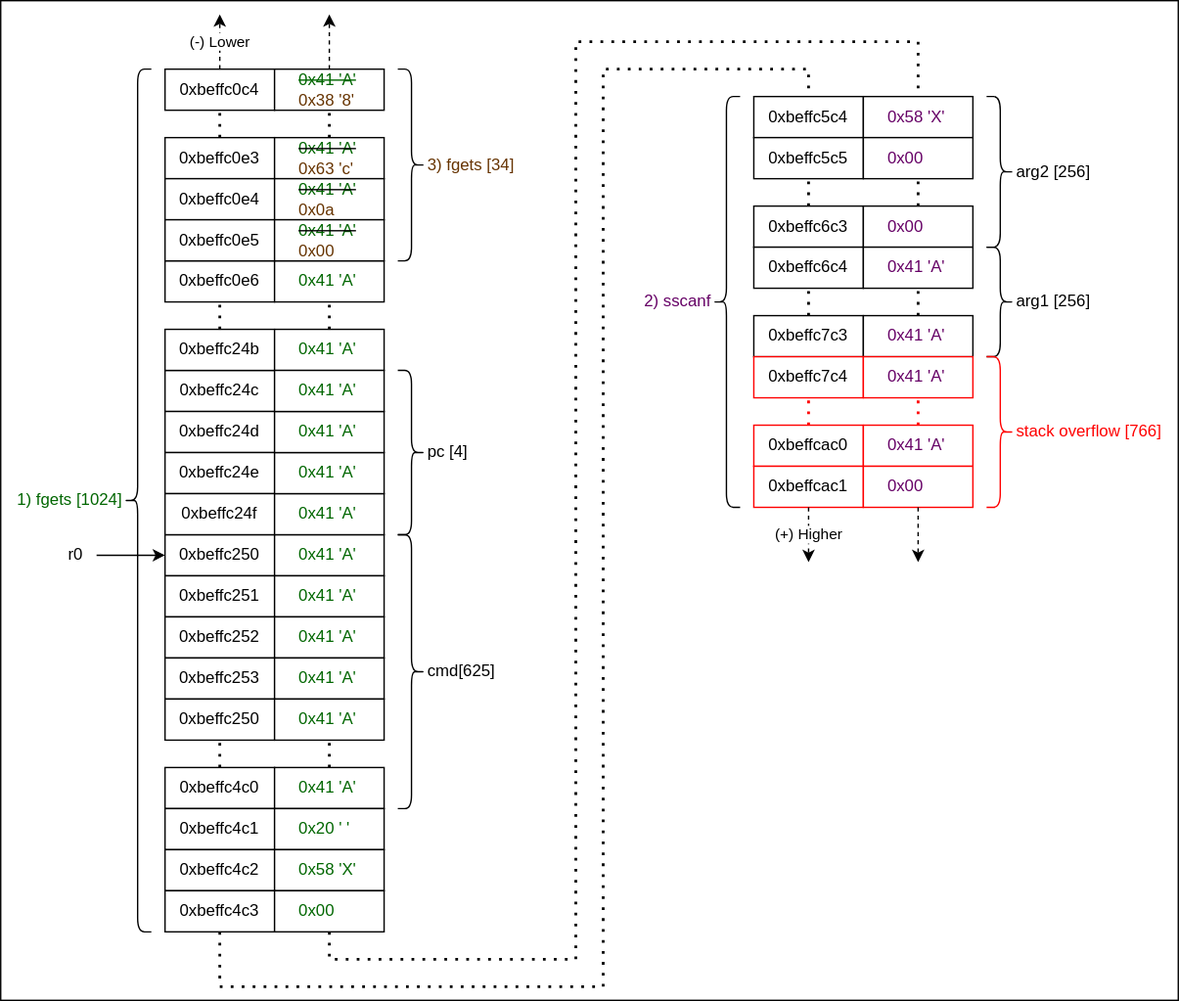
cyber-defence-campus/netgear_r6700v3_circled keeps this draw.io diagram as images/Memory_Layout-PoV.svg. Above is the earlier version. Source tidied: cells renumbered, new cells last; positions are measured from the earlier drawing's top-left corner, leaving out a move shared by most shapes.
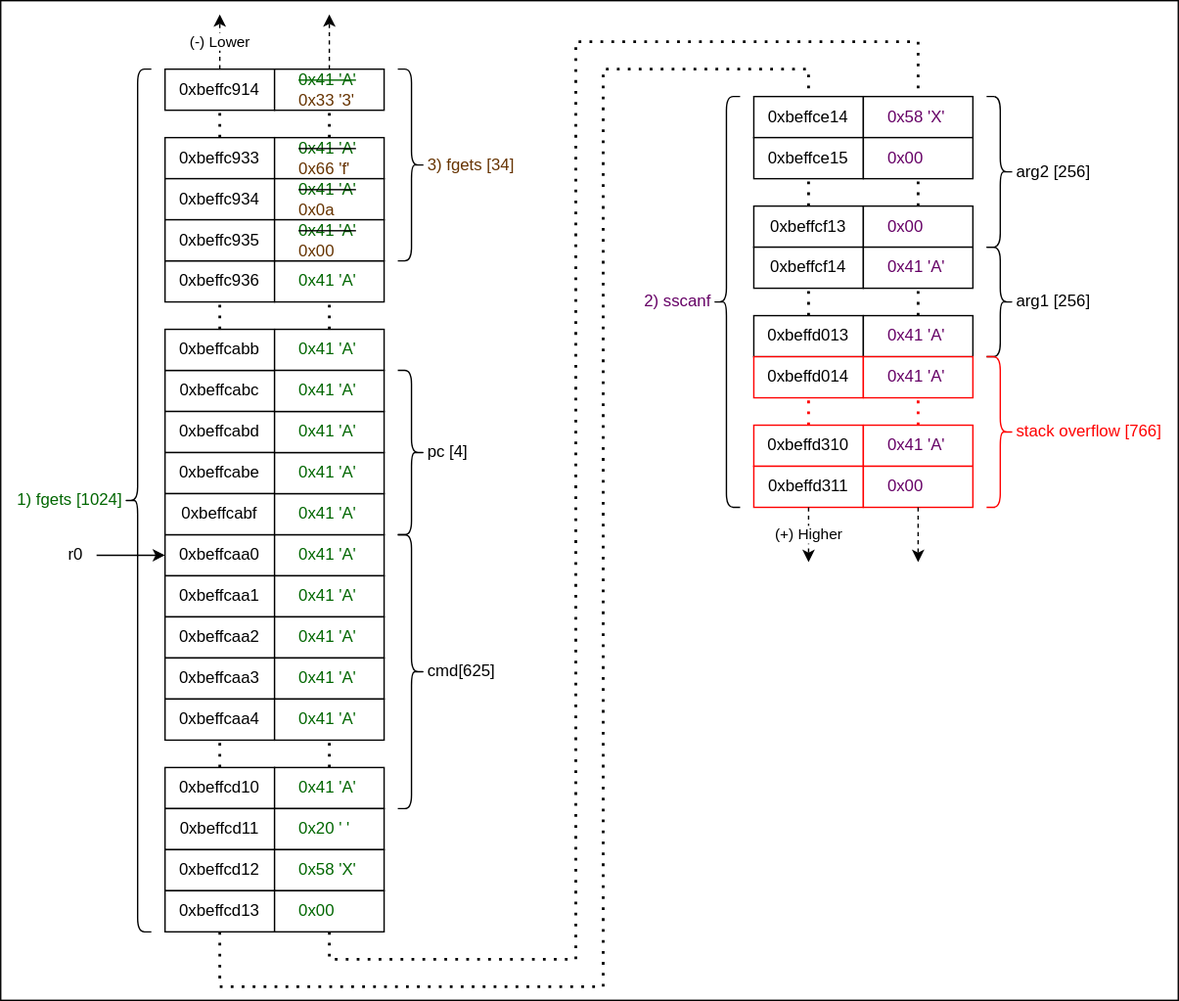
After the commit.

The edit, as a diff of the source:
```diff
@@ -5,10 +5,10 @@
     <mxCell id="2" style="rounded=0;whiteSpace=wrap;html=1;" parent="1" vertex="1">
       <mxGeometry width="860" height="730" as="geometry" />
     </mxCell>
-    <mxCell id="3" value="0xbeffc0e6" style="rounded=0;whiteSpace=wrap;html=1;verticalAlign=middle;" parent="1" vertex="1">
+    <mxCell id="3" value="0xbeffc936" style="rounded=0;whiteSpace=wrap;html=1;verticalAlign=middle;" parent="1" vertex="1">
       <mxGeometry x="120" y="190" width="80" height="30" as="geometry" />
     </mxCell>
-    <mxCell id="4" value="0xbeffc4c0" style="rounded=0;whiteSpace=wrap;html=1;verticalAlign=middle;" parent="1" vertex="1">
+    <mxCell id="4" value="0xbeffcd10" style="rounded=0;whiteSpace=wrap;html=1;verticalAlign=middle;" parent="1" vertex="1">
       <mxGeometry x="120" y="560" width="80" height="30" as="geometry" />
     </mxCell>
     <mxCell id="5" value="0x41 'A'" style="rounded=0;whiteSpace=wrap;html=1;verticalAlign=middle;fontColor=#006600;align=left;spacingLeft=16;" parent="1" vertex="1">
@@ -28,16 +28,16 @@
         <mxPoint x="240" y="220" as="targetPoint" />
       </mxGeometry>
     </mxCell>
-    <mxCell id="9" value="0xbeffc0c4" style="rounded=0;whiteSpace=wrap;html=1;verticalAlign=middle;" parent="1" vertex="1">
+    <mxCell id="9" value="0xbeffc914" style="rounded=0;whiteSpace=wrap;html=1;verticalAlign=middle;" parent="1" vertex="1">
       <mxGeometry x="120" y="50" width="80" height="30" as="geometry" />
     </mxCell>
-    <mxCell id="10" value="0xbeffc0e3" style="rounded=0;whiteSpace=wrap;html=1;verticalAlign=middle;" parent="1" vertex="1">
+    <mxCell id="10" value="0xbeffc933" style="rounded=0;whiteSpace=wrap;html=1;verticalAlign=middle;" parent="1" vertex="1">
       <mxGeometry x="120" y="100" width="80" height="30" as="geometry" />
     </mxCell>
-    <mxCell id="11" value="&lt;font color=&quot;#006600&quot;&gt;&lt;strike&gt;0x41 'A'&lt;/strike&gt;&lt;br&gt;&lt;/font&gt;&lt;font color=&quot;#663300&quot;&gt;0x38 '8'&lt;/font&gt;" style="rounded=0;whiteSpace=wrap;html=1;verticalAlign=middle;align=left;spacingLeft=16;" parent="1" vertex="1">
+    <mxCell id="11" value="&lt;font color=&quot;#006600&quot;&gt;&lt;strike&gt;0x41 'A'&lt;/strike&gt;&lt;br&gt;&lt;/font&gt;&lt;font color=&quot;#663300&quot;&gt;0x33 '3'&lt;/font&gt;" style="rounded=0;whiteSpace=wrap;html=1;verticalAlign=middle;align=left;spacingLeft=16;" parent="1" vertex="1">
       <mxGeometry x="200" y="50" width="80" height="30" as="geometry" />
     </mxCell>
-    <mxCell id="12" value="&lt;strike&gt;&lt;font color=&quot;#006600&quot;&gt;0x41 'A'&lt;/font&gt;&lt;/strike&gt;&lt;br&gt;&lt;font color=&quot;#663300&quot;&gt;0x63 'c'&lt;br&gt;&lt;/font&gt;" style="rounded=0;whiteSpace=wrap;html=1;verticalAlign=middle;align=left;spacingLeft=16;" parent="1" vertex="1">
+    <mxCell id="12" value="&lt;strike&gt;&lt;font color=&quot;#006600&quot;&gt;0x41 'A'&lt;/font&gt;&lt;/strike&gt;&lt;br&gt;&lt;font color=&quot;#663300&quot;&gt;0x66 'f'&lt;br&gt;&lt;/font&gt;" style="rounded=0;whiteSpace=wrap;html=1;verticalAlign=middle;align=left;spacingLeft=16;" parent="1" vertex="1">
       <mxGeometry x="200" y="100" width="80" height="30" as="geometry" />
     </mxCell>
     <mxCell id="13" style="endArrow=none;dashed=1;html=1;dashPattern=1 3;strokeWidth=2;rounded=0;entryX=0.5;entryY=1;entryDx=0;entryDy=0;exitX=0.5;exitY=0;exitDx=0;exitDy=0;" parent="1" edge="1" source="10" target="9">
@@ -48,10 +48,10 @@
         <mxPoint x="240" y="80" as="targetPoint" />
       </mxGeometry>
     </mxCell>
-    <mxCell id="15" value="0xbeffc0e4" style="rounded=0;whiteSpace=wrap;html=1;verticalAlign=middle;" parent="1" vertex="1">
+    <mxCell id="15" value="0xbeffc934" style="rounded=0;whiteSpace=wrap;html=1;verticalAlign=middle;" parent="1" vertex="1">
       <mxGeometry x="120" y="130" width="80" height="30" as="geometry" />
     </mxCell>
-    <mxCell id="16" value="0xbeffc0e5" style="rounded=0;whiteSpace=wrap;html=1;verticalAlign=middle;" parent="1" vertex="1">
+    <mxCell id="16" value="0xbeffc935" style="rounded=0;whiteSpace=wrap;html=1;verticalAlign=middle;" parent="1" vertex="1">
       <mxGeometry x="120" y="160" width="80" height="30" as="geometry" />
     </mxCell>
     <mxCell id="17" value="&lt;strike&gt;&lt;font color=&quot;#006600&quot;&gt;0x41 'A'&lt;/font&gt;&lt;/strike&gt;&lt;br&gt;&lt;font color=&quot;#663300&quot;&gt;0x0a&lt;br&gt;&lt;/font&gt;" style="rounded=0;whiteSpace=wrap;html=1;verticalAlign=middle;align=left;spacingLeft=16;" parent="1" vertex="1">
@@ -71,19 +71,19 @@
         <mxPoint x="240" y="10" as="targetPoint" />
       </mxGeometry>
     </mxCell>
-    <mxCell id="21" value="0xbeffc4c1" style="rounded=0;whiteSpace=wrap;html=1;verticalAlign=middle;" parent="1" vertex="1">
+    <mxCell id="21" value="0xbeffcd11" style="rounded=0;whiteSpace=wrap;html=1;verticalAlign=middle;" parent="1" vertex="1">
       <mxGeometry x="120" y="590" width="80" height="30" as="geometry" />
     </mxCell>
     <mxCell id="22" value="0x20 ' '" style="rounded=0;whiteSpace=wrap;html=1;verticalAlign=middle;fontColor=#006600;align=left;spacingLeft=16;" parent="1" vertex="1">
       <mxGeometry x="200" y="590" width="80" height="30" as="geometry" />
     </mxCell>
-    <mxCell id="23" value="0xbeffc4c2" style="rounded=0;whiteSpace=wrap;html=1;verticalAlign=middle;" parent="1" vertex="1">
+    <mxCell id="23" value="0xbeffcd12" style="rounded=0;whiteSpace=wrap;html=1;verticalAlign=middle;" parent="1" vertex="1">
       <mxGeometry x="120" y="620" width="80" height="30" as="geometry" />
     </mxCell>
     <mxCell id="24" value="0x58 'X'" style="rounded=0;whiteSpace=wrap;html=1;verticalAlign=middle;fontColor=#006600;align=left;spacingLeft=16;" parent="1" vertex="1">
       <mxGeometry x="200" y="620" width="80" height="30" as="geometry" />
     </mxCell>
-    <mxCell id="25" value="0xbeffc4c3" style="rounded=0;whiteSpace=wrap;html=1;verticalAlign=middle;" parent="1" vertex="1">
+    <mxCell id="25" value="0xbeffcd13" style="rounded=0;whiteSpace=wrap;html=1;verticalAlign=middle;" parent="1" vertex="1">
       <mxGeometry x="120" y="650" width="80" height="30" as="geometry" />
     </mxCell>
     <mxCell id="26" value="0x00" style="rounded=0;whiteSpace=wrap;html=1;verticalAlign=middle;fontColor=#006600;align=left;spacingLeft=16;" parent="1" vertex="1">
@@ -95,37 +95,37 @@
     <mxCell id="28" value="1) fgets [1024]" style="shape=curlyBracket;html=1;rounded=1;labelPosition=left;verticalLabelPosition=middle;align=right;verticalAlign=middle;fontColor=#006600;" parent="1" vertex="1">
       <mxGeometry x="90" y="50" width="20" height="630" as="geometry" />
     </mxCell>
-    <mxCell id="29" value="0xbeffc5c4" style="rounded=0;whiteSpace=wrap;html=1;verticalAlign=middle;" parent="1" vertex="1">
+    <mxCell id="29" value="0xbeffce14" style="rounded=0;whiteSpace=wrap;html=1;verticalAlign=middle;" parent="1" vertex="1">
       <mxGeometry x="550" y="70" width="80" height="30" as="geometry" />
     </mxCell>
     <mxCell id="30" value="0x58 'X'" style="rounded=0;whiteSpace=wrap;html=1;verticalAlign=middle;fontColor=#660066;align=left;spacingLeft=16;" parent="1" vertex="1">
       <mxGeometry x="630" y="70" width="80" height="30" as="geometry" />
     </mxCell>
-    <mxCell id="31" value="0xbeffc5c5" style="rounded=0;whiteSpace=wrap;html=1;verticalAlign=middle;" parent="1" vertex="1">
+    <mxCell id="31" value="0xbeffce15" style="rounded=0;whiteSpace=wrap;html=1;verticalAlign=middle;" parent="1" vertex="1">
       <mxGeometry x="550" y="100" width="80" height="30" as="geometry" />
     </mxCell>
     <mxCell id="32" value="0x00" style="rounded=0;whiteSpace=wrap;html=1;verticalAlign=middle;fontColor=#660066;align=left;spacingLeft=16;" parent="1" vertex="1">
       <mxGeometry x="630" y="100" width="80" height="30" as="geometry" />
     </mxCell>
-    <mxCell id="33" value="0xbeffc6c3" style="rounded=0;whiteSpace=wrap;html=1;verticalAlign=middle;" parent="1" vertex="1">
+    <mxCell id="33" value="0xbeffcf13" style="rounded=0;whiteSpace=wrap;html=1;verticalAlign=middle;" parent="1" vertex="1">
       <mxGeometry x="550" y="150" width="80" height="30" as="geometry" />
     </mxCell>
     <mxCell id="34" value="0x00" style="rounded=0;whiteSpace=wrap;html=1;verticalAlign=middle;fontColor=#660066;align=left;spacingLeft=16;" parent="1" vertex="1">
       <mxGeometry x="630" y="150" width="80" height="30" as="geometry" />
     </mxCell>
-    <mxCell id="35" value="0xbeffc6c4" style="rounded=0;whiteSpace=wrap;html=1;verticalAlign=middle;" parent="1" vertex="1">
+    <mxCell id="35" value="0xbeffcf14" style="rounded=0;whiteSpace=wrap;html=1;verticalAlign=middle;" parent="1" vertex="1">
       <mxGeometry x="550" y="180" width="80" height="30" as="geometry" />
     </mxCell>
     <mxCell id="36" value="0x41 'A'" style="rounded=0;whiteSpace=wrap;html=1;verticalAlign=middle;fontColor=#660066;align=left;spacingLeft=16;" parent="1" vertex="1">
       <mxGeometry x="630" y="180" width="80" height="30" as="geometry" />
     </mxCell>
-    <mxCell id="37" value="0xbeffc7c3" style="rounded=0;whiteSpace=wrap;html=1;verticalAlign=middle;" parent="1" vertex="1">
+    <mxCell id="37" value="0xbeffd013" style="rounded=0;whiteSpace=wrap;html=1;verticalAlign=middle;" parent="1" vertex="1">
       <mxGeometry x="550" y="230" width="80" height="30" as="geometry" />
     </mxCell>
     <mxCell id="38" value="0x41 'A'" style="rounded=0;whiteSpace=wrap;html=1;verticalAlign=middle;fontColor=#660066;align=left;spacingLeft=16;" parent="1" vertex="1">
       <mxGeometry x="630" y="230" width="80" height="30" as="geometry" />
     </mxCell>
-    <mxCell id="39" value="0xbeffc7c4" style="rounded=0;whiteSpace=wrap;html=1;verticalAlign=middle;strokeColor=#FF0000;" parent="1" vertex="1">
+    <mxCell id="39" value="0xbeffd014" style="rounded=0;whiteSpace=wrap;html=1;verticalAlign=middle;strokeColor=#FF0000;" parent="1" vertex="1">
       <mxGeometry x="550" y="260" width="80" height="30" as="geometry" />
     </mxCell>
     <mxCell id="40" value="0x41 'A'" style="rounded=0;whiteSpace=wrap;html=1;verticalAlign=middle;fontColor=#660066;align=left;spacingLeft=16;strokeColor=#FF0000;" parent="1" vertex="1">
@@ -137,7 +137,7 @@
     <mxCell id="42" value="arg1 [256]" style="shape=curlyBracket;html=1;rounded=1;flipH=1;labelPosition=right;verticalLabelPosition=middle;align=left;verticalAlign=middle;" parent="1" vertex="1">
       <mxGeometry x="720" y="180" width="20" height="80" as="geometry" />
     </mxCell>
-    <mxCell id="43" value="0xbeffcac0" style="rounded=0;whiteSpace=wrap;html=1;verticalAlign=middle;strokeColor=#FF0000;" parent="1" vertex="1">
+    <mxCell id="43" value="0xbeffd310" style="rounded=0;whiteSpace=wrap;html=1;verticalAlign=middle;strokeColor=#FF0000;" parent="1" vertex="1">
       <mxGeometry x="550" y="310" width="80" height="30" as="geometry" />
     </mxCell>
     <mxCell id="44" value="0x41 'A'" style="rounded=0;whiteSpace=wrap;html=1;verticalAlign=middle;fontColor=#660066;align=left;spacingLeft=16;strokeColor=#FF0000;" parent="1" vertex="1">
@@ -155,7 +155,7 @@
     <mxCell id="48" style="endArrow=none;dashed=1;html=1;dashPattern=1 3;strokeWidth=2;rounded=0;entryX=0.5;entryY=1;entryDx=0;entryDy=0;exitX=0.5;exitY=0;exitDx=0;exitDy=0;" parent="1" edge="1" source="38" target="36">
       <mxGeometry relative="1" as="geometry" />
     </mxCell>
-    <mxCell id="49" value="0xbeffcac1" style="rounded=0;whiteSpace=wrap;html=1;verticalAlign=middle;strokeColor=#FF0000;" parent="1" vertex="1">
+    <mxCell id="49" value="0xbeffd311" style="rounded=0;whiteSpace=wrap;html=1;verticalAlign=middle;strokeColor=#FF0000;" parent="1" vertex="1">
       <mxGeometry x="550" y="340" width="80" height="30" as="geometry" />
     </mxCell>
     <mxCell id="50" value="0x00" style="rounded=0;whiteSpace=wrap;html=1;verticalAlign=middle;fontColor=#660066;align=left;spacingLeft=16;strokeColor=#FF0000;" parent="1" vertex="1">
@@ -210,7 +210,7 @@
     <mxCell id="58" value="stack overflow [766]" style="shape=curlyBracket;html=1;rounded=1;flipH=1;labelPosition=right;verticalLabelPosition=middle;align=left;verticalAlign=middle;strokeColor=#FF0000;fontColor=#FF0000;" parent="1" vertex="1">
       <mxGeometry x="720" y="260" width="20" height="110" as="geometry" />
     </mxCell>
-    <mxCell id="59" value="0xbeffc250" style="rounded=0;whiteSpace=wrap;html=1;verticalAlign=middle;" parent="1" vertex="1">
+    <mxCell id="59" value="0xbeffcaa0" style="rounded=0;whiteSpace=wrap;html=1;verticalAlign=middle;" parent="1" vertex="1">
       <mxGeometry x="120" y="390" width="80" height="30" as="geometry" />
     </mxCell>
     <mxCell id="60" value="0x41 'A'" style="rounded=0;whiteSpace=wrap;html=1;verticalAlign=middle;fontColor=#006600;align=left;spacingLeft=16;" parent="1" vertex="1">
@@ -222,22 +222,22 @@
     <mxCell id="62" style="endArrow=none;dashed=1;html=1;dashPattern=1 3;strokeWidth=2;rounded=0;exitX=0.5;exitY=0;exitDx=0;exitDy=0;entryX=0.5;entryY=1;entryDx=0;entryDy=0;" parent="1" edge="1" source="6" target="82">
       <mxGeometry relative="1" as="geometry" />
     </mxCell>
-    <mxCell id="63" value="0xbeffc24c" style="rounded=0;whiteSpace=wrap;html=1;verticalAlign=middle;" parent="1" vertex="1">
+    <mxCell id="63" value="0xbeffcabc" style="rounded=0;whiteSpace=wrap;html=1;verticalAlign=middle;" parent="1" vertex="1">
       <mxGeometry x="120" y="270" width="80" height="30" as="geometry" />
     </mxCell>
-    <mxCell id="64" value="0xbeffc24d" style="rounded=0;whiteSpace=wrap;html=1;verticalAlign=middle;" parent="1" vertex="1">
+    <mxCell id="64" value="0xbeffcabd" style="rounded=0;whiteSpace=wrap;html=1;verticalAlign=middle;" parent="1" vertex="1">
       <mxGeometry x="120" y="300" width="80" height="30" as="geometry" />
     </mxCell>
-    <mxCell id="65" value="0xbeffc24e" style="rounded=0;whiteSpace=wrap;html=1;verticalAlign=middle;" parent="1" vertex="1">
+    <mxCell id="65" value="0xbeffcabe" style="rounded=0;whiteSpace=wrap;html=1;verticalAlign=middle;" parent="1" vertex="1">
       <mxGeometry x="120" y="330" width="80" height="30" as="geometry" />
     </mxCell>
-    <mxCell id="66" value="0xbeffc24f" style="rounded=0;whiteSpace=wrap;html=1;verticalAlign=middle;" parent="1" vertex="1">
+    <mxCell id="66" value="0xbeffcabf" style="rounded=0;whiteSpace=wrap;html=1;verticalAlign=middle;" parent="1" vertex="1">
       <mxGeometry x="120" y="360" width="80" height="30" as="geometry" />
     </mxCell>
     <mxCell id="67" value="cmd[625]" style="shape=curlyBracket;html=1;rounded=1;flipH=1;labelPosition=right;verticalLabelPosition=middle;align=left;verticalAlign=middle;" parent="1" vertex="1">
       <mxGeometry x="290" y="390" width="20" height="200" as="geometry" />
     </mxCell>
-    <mxCell id="68" value="0xbeffc24b" style="rounded=0;whiteSpace=wrap;html=1;verticalAlign=middle;" parent="1" vertex="1">
+    <mxCell id="68" value="0xbeffcabb" style="rounded=0;whiteSpace=wrap;html=1;verticalAlign=middle;" parent="1" vertex="1">
       <mxGeometry x="120" y="240" width="80" height="30" as="geometry" />
     </mxCell>
     <mxCell id="69" value="0x41 'A'&lt;strike&gt;&lt;br&gt;&lt;/strike&gt;" style="rounded=0;whiteSpace=wrap;html=1;verticalAlign=middle;fontColor=#006600;align=left;spacingLeft=16;" parent="1" vertex="1">
@@ -258,25 +258,25 @@
     <mxCell id="74" value="pc [4]" style="shape=curlyBracket;html=1;rounded=1;flipH=1;labelPosition=right;verticalLabelPosition=middle;align=left;verticalAlign=middle;" parent="1" vertex="1">
       <mxGeometry x="290" y="270" width="20" height="120" as="geometry" />
     </mxCell>
-    <mxCell id="75" value="0xbeffc251" style="rounded=0;whiteSpace=wrap;html=1;verticalAlign=middle;" parent="1" vertex="1">
+    <mxCell id="75" value="0xbeffcaa1" style="rounded=0;whiteSpace=wrap;html=1;verticalAlign=middle;" parent="1" vertex="1">
       <mxGeometry x="120" y="420" width="80" height="30" as="geometry" />
     </mxCell>
     <mxCell id="76" value="0x41 'A'" style="rounded=0;whiteSpace=wrap;html=1;verticalAlign=middle;fontColor=#006600;align=left;spacingLeft=16;" parent="1" vertex="1">
       <mxGeometry x="200" y="420" width="80" height="30" as="geometry" />
     </mxCell>
-    <mxCell id="77" value="0xbeffc252" style="rounded=0;whiteSpace=wrap;html=1;verticalAlign=middle;" parent="1" vertex="1">
+    <mxCell id="77" value="0xbeffcaa2" style="rounded=0;whiteSpace=wrap;html=1;verticalAlign=middle;" parent="1" vertex="1">
       <mxGeometry x="120" y="450" width="80" height="30" as="geometry" />
     </mxCell>
     <mxCell id="78" value="0x41 'A'" style="rounded=0;whiteSpace=wrap;html=1;verticalAlign=middle;fontColor=#006600;align=left;spacingLeft=16;" parent="1" vertex="1">
       <mxGeometry x="200" y="450" width="80" height="30" as="geometry" />
     </mxCell>
-    <mxCell id="79" value="0xbeffc253" style="rounded=0;whiteSpace=wrap;html=1;verticalAlign=middle;" parent="1" vertex="1">
+    <mxCell id="79" value="0xbeffcaa3" style="rounded=0;whiteSpace=wrap;html=1;verticalAlign=middle;" parent="1" vertex="1">
       <mxGeometry x="120" y="480" width="80" height="30" as="geometry" />
     </mxCell>
     <mxCell id="80" value="0x41 'A'" style="rounded=0;whiteSpace=wrap;html=1;verticalAlign=middle;fontColor=#006600;align=left;spacingLeft=16;" parent="1" vertex="1">
       <mxGeometry x="200" y="480" width="80" height="30" as="geometry" />
     </mxCell>
-    <mxCell id="81" value="0xbeffc250" style="rounded=0;whiteSpace=wrap;html=1;verticalAlign=middle;" parent="1" vertex="1">
+    <mxCell id="81" value="0xbeffcaa4" style="rounded=0;whiteSpace=wrap;html=1;verticalAlign=middle;" parent="1" vertex="1">
       <mxGeometry x="120" y="510" width="80" height="30" as="geometry" />
     </mxCell>
     <mxCell id="82" value="0x41 'A'" style="rounded=0;whiteSpace=wrap;html=1;verticalAlign=middle;fontColor=#006600;align=left;spacingLeft=16;" parent="1" vertex="1">
```
